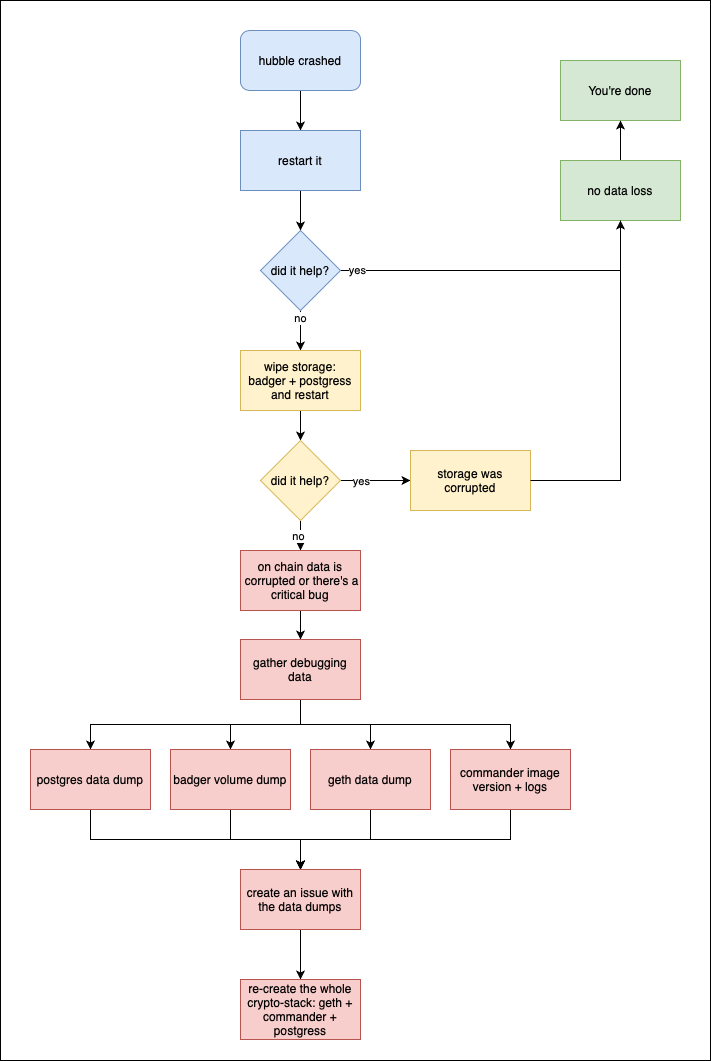
This is docs/commander_troubleshooting_flowchart.png from worldcoin/hubble-commander, a draw.io export, as it was before one commit. Source tidied: cells renumbered, new cells last; positions are measured from the earlier drawing's top-left corner, leaving out a move shared by most shapes.
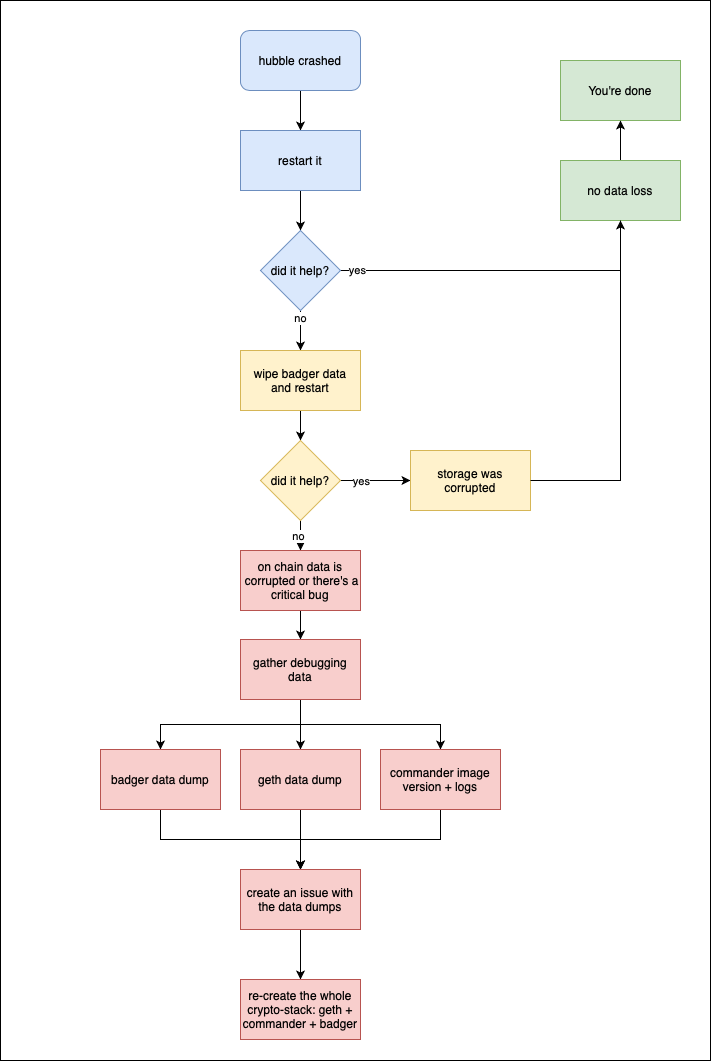
The same file after the commit.

Commit message:
Remove postgres from the diagram

The edit, as a diff of the source:
```diff
@@ -37,7 +37,7 @@
     <mxCell id="12" style="edgeStyle=orthogonalEdgeStyle;rounded=0;jettySize=auto;html=1;" parent="1" edge="1" source="13" target="18">
       <mxGeometry relative="1" as="geometry" />
     </mxCell>
-    <mxCell id="13" value="wipe storage:&lt;br&gt;badger + postgress&lt;br&gt;and restart" style="whiteSpace=wrap;html=1;fillColor=#fff2cc;strokeColor=#d6b656;" parent="1" vertex="1">
+    <mxCell id="13" value="wipe badger data&lt;br&gt;and restart" style="whiteSpace=wrap;html=1;fillColor=#fff2cc;strokeColor=#d6b656;" parent="1" vertex="1">
       <mxGeometry x="240" y="350" width="120" height="60" as="geometry" />
     </mxCell>
     <mxCell id="14" style="edgeStyle=orthogonalEdgeStyle;rounded=0;jettySize=auto;html=1;" parent="1" edge="1" source="18" target="19">
@@ -66,9 +66,6 @@
     <mxCell id="21" value="on chain data is &amp;nbsp;corrupted or there's a critical bug" style="whiteSpace=wrap;html=1;fillColor=#f8cecc;strokeColor=#b85450;" parent="1" vertex="1">
       <mxGeometry x="240" y="550" width="120" height="60" as="geometry" />
     </mxCell>
-    <mxCell id="22" style="edgeStyle=orthogonalEdgeStyle;rounded=0;jettySize=auto;html=1;exitX=0.5;exitY=1;exitDx=0;exitDy=0;entryX=0.5;entryY=0;entryDx=0;entryDy=0;" parent="1" edge="1" source="26" target="28">
-      <mxGeometry relative="1" as="geometry" />
-    </mxCell>
     <mxCell id="23" style="edgeStyle=orthogonalEdgeStyle;rounded=0;jettySize=auto;html=1;exitX=0.5;exitY=1;exitDx=0;exitDy=0;" parent="1" edge="1" source="26" target="30">
       <mxGeometry relative="1" as="geometry" />
     </mxCell>
@@ -81,19 +78,13 @@
     <mxCell id="26" value="gather debugging data" style="whiteSpace=wrap;html=1;fillColor=#f8cecc;strokeColor=#b85450;" parent="1" vertex="1">
       <mxGeometry x="240" y="639" width="120" height="60" as="geometry" />
     </mxCell>
-    <mxCell id="27" style="edgeStyle=orthogonalEdgeStyle;rounded=0;jettySize=auto;html=1;exitX=0.5;exitY=1;exitDx=0;exitDy=0;entryX=0.5;entryY=0;entryDx=0;entryDy=0;" parent="1" edge="1" source="28" target="36">
-      <mxGeometry relative="1" as="geometry" />
-    </mxCell>
-    <mxCell id="28" value="postgres data dump" style="whiteSpace=wrap;html=1;fillColor=#f8cecc;strokeColor=#b85450;" parent="1" vertex="1">
-      <mxGeometry x="30" y="749" width="120" height="60" as="geometry" />
-    </mxCell>
     <mxCell id="29" style="edgeStyle=orthogonalEdgeStyle;rounded=0;jettySize=auto;html=1;exitX=0.5;exitY=1;exitDx=0;exitDy=0;" parent="1" edge="1" source="30">
       <mxGeometry relative="1" as="geometry">
         <mxPoint x="300" y="869" as="targetPoint" />
       </mxGeometry>
     </mxCell>
-    <mxCell id="30" value="badger volume dump" style="whiteSpace=wrap;html=1;fillColor=#f8cecc;strokeColor=#b85450;" parent="1" vertex="1">
-      <mxGeometry x="170" y="749" width="120" height="60" as="geometry" />
+    <mxCell id="30" value="badger data dump" style="whiteSpace=wrap;html=1;fillColor=#f8cecc;strokeColor=#b85450;" parent="1" vertex="1">
+      <mxGeometry x="100" y="749" width="120" height="60" as="geometry" />
     </mxCell>
     <mxCell id="31" style="edgeStyle=orthogonalEdgeStyle;rounded=0;jettySize=auto;html=1;exitX=0.5;exitY=1;exitDx=0;exitDy=0;" parent="1" edge="1" source="32">
       <mxGeometry relative="1" as="geometry">
@@ -101,7 +92,7 @@
       </mxGeometry>
     </mxCell>
     <mxCell id="32" value="geth data dump" style="whiteSpace=wrap;html=1;fillColor=#f8cecc;strokeColor=#b85450;" parent="1" vertex="1">
-      <mxGeometry x="310" y="749" width="120" height="60" as="geometry" />
+      <mxGeometry x="240" y="749" width="120" height="60" as="geometry" />
     </mxCell>
     <mxCell id="33" style="edgeStyle=orthogonalEdgeStyle;rounded=0;jettySize=auto;html=1;exitX=0.5;exitY=1;exitDx=0;exitDy=0;" parent="1" edge="1" source="34">
       <mxGeometry relative="1" as="geometry">
@@ -109,7 +100,7 @@
       </mxGeometry>
     </mxCell>
     <mxCell id="34" value="commander image version + logs" style="whiteSpace=wrap;html=1;fillColor=#f8cecc;strokeColor=#b85450;" parent="1" vertex="1">
-      <mxGeometry x="450" y="749" width="120" height="60" as="geometry" />
+      <mxGeometry x="380" y="749" width="120" height="60" as="geometry" />
     </mxCell>
     <mxCell id="35" style="edgeStyle=orthogonalEdgeStyle;rounded=0;jettySize=auto;html=1;exitX=0.5;exitY=1;exitDx=0;exitDy=0;entryX=0.5;entryY=0;entryDx=0;entryDy=0;" parent="1" edge="1" source="36" target="40">
       <mxGeometry relative="1" as="geometry" />
@@ -126,7 +117,7 @@
     <mxCell id="39" style="edgeStyle=orthogonalEdgeStyle;rounded=0;jettySize=auto;html=1;exitX=1;exitY=0.5;exitDx=0;exitDy=0;endArrow=none;" parent="1" edge="1" source="19" target="38">
       <mxGeometry relative="1" as="geometry" />
     </mxCell>
-    <mxCell id="40" value="re-create the whole crypto-stack: geth + commander + postgress" style="whiteSpace=wrap;html=1;fillColor=#f8cecc;strokeColor=#b85450;" parent="1" vertex="1">
+    <mxCell id="40" value="re-create the whole crypto-stack: geth + commander + badger" style="whiteSpace=wrap;html=1;fillColor=#f8cecc;strokeColor=#b85450;" parent="1" vertex="1">
       <mxGeometry x="240" y="979" width="120" height="60" as="geometry" />
     </mxCell>
   </root>
```
